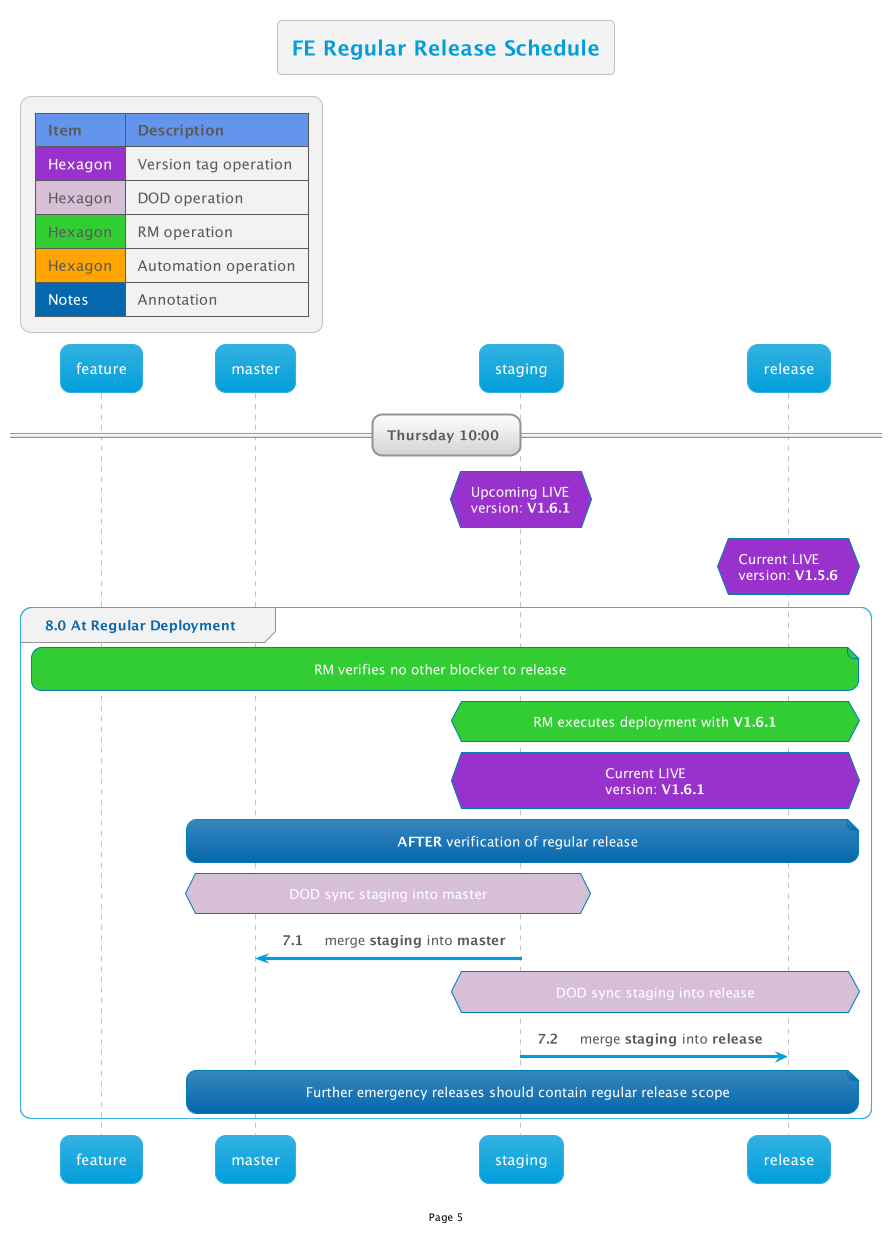
The PlantUML diagram out/Confluence/SOPWebFE/MergeFlow/5/5.png in thetomitomo/diagrams, before a commit.
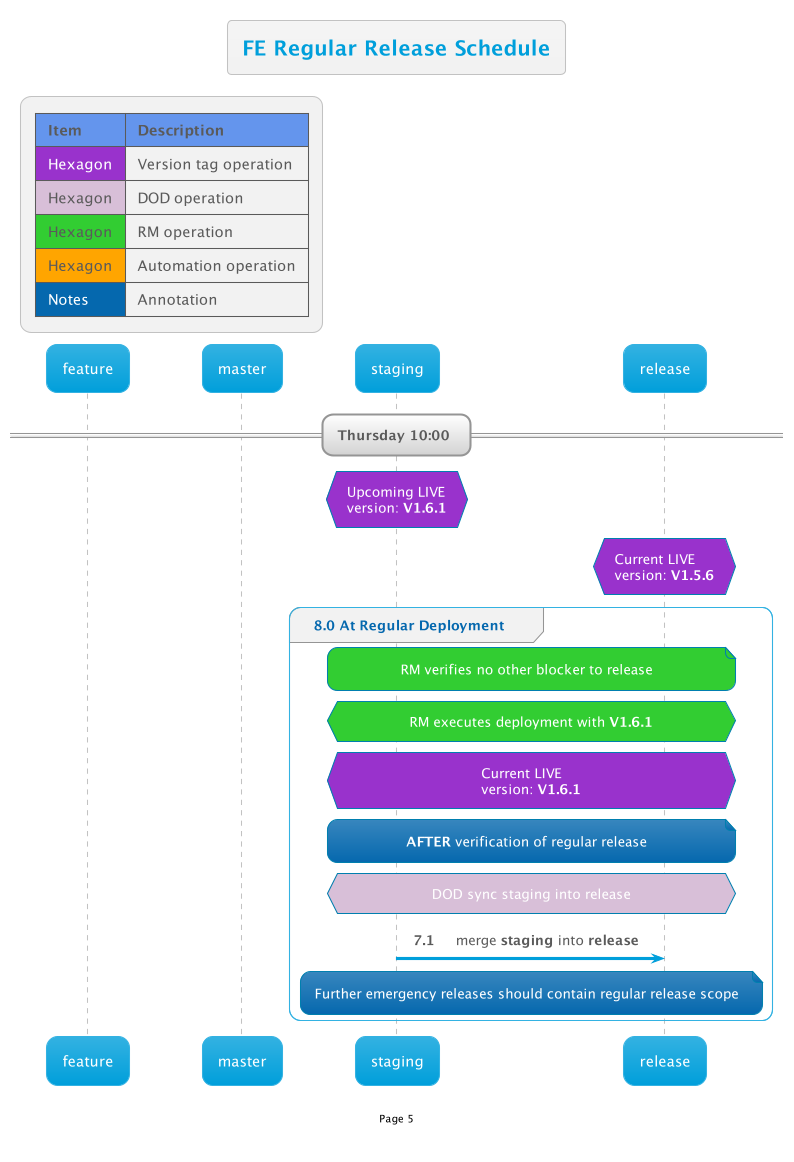
After the commit.

The edit, as a diff of the source:
```diff
@@ -9,20 +9,17 @@
 hnote over release #DarkOrchid: Current LIVE\nversion: **V1.5.6**
 
 group 8.0 At Regular Deployment
-    note over feature,release #LimeGreen: RM verifies no other blocker to release
+    note over staging,release #LimeGreen: RM verifies no other blocker to release
 
     hnote over staging,release#LimeGreen: RM executes deployment with **V1.6.1**
 
     hnote over staging,release #DarkOrchid: Current LIVE\nversion: **V1.6.1**
 
-    note over master,release: **AFTER** verification of regular release
-
-    hnote over master,staging #Thistle: DOD sync staging into master
-    staging->master: merge **staging** into **master**
+    note over staging,release: **AFTER** verification of regular release
 
     hnote over staging,release #Thistle: DOD sync staging into release
     staging->release: merge **staging** into **release**
 
-    note over master,release: Further emergency releases should contain regular release scope
+    note over staging,release: Further emergency releases should contain regular release scope
 end group
 @enduml
```
